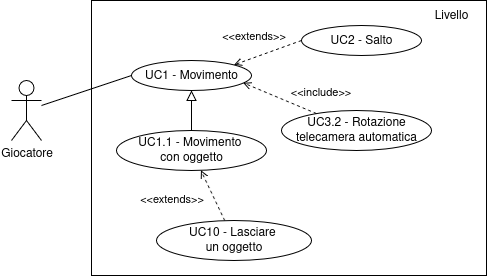
Earlier version of the draw.io export Documentazione/source/imgs/uc-movimento.png (fliposab/ProgettoStage). Source tidied: cells renumbered, new cells last; positions are measured from the earlier drawing's top-left corner, leaving out a move shared by most shapes.
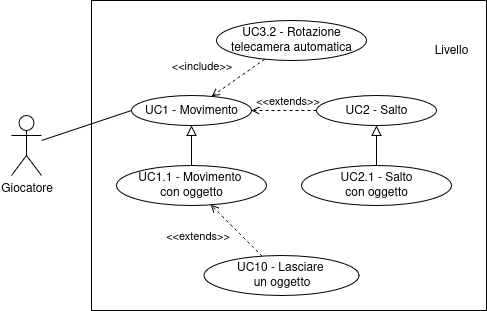
After the change.

What changed in the source:
```diff
@@ -3,7 +3,7 @@
     <mxCell id="0" />
     <mxCell id="1" parent="0" />
     <mxCell id="2" style="rounded=0;whiteSpace=wrap;html=1;gradientColor=none;" parent="1" vertex="1">
-      <mxGeometry x="80" width="395" height="275" as="geometry" />
+      <mxGeometry x="80" y="-35" width="395" height="310" as="geometry" />
     </mxCell>
     <mxCell id="3" style="rounded=0;jettySize=auto;html=1;entryX=0;entryY=0.5;entryDx=0;entryDy=0;endArrow=none;startFill=0;" parent="1" edge="1" source="4" target="5">
       <mxGeometry relative="1" as="geometry" />
@@ -24,25 +24,25 @@
       <mxGeometry x="105" y="130" width="150" height="40" as="geometry" />
     </mxCell>
     <mxCell id="9" value="&lt;div&gt;UC3.2 - Rotazione&lt;/div&gt;&lt;div&gt;telecamera automatica&lt;/div&gt;" style="ellipse;whiteSpace=wrap;html=1;" parent="1" vertex="1">
-      <mxGeometry x="270" y="110" width="150" height="40" as="geometry" />
+      <mxGeometry x="205" y="-15" width="150" height="40" as="geometry" />
     </mxCell>
-    <mxCell id="10" style="rounded=0;jettySize=auto;html=1;entryX=0.932;entryY=0.747;entryDx=0;entryDy=0;entryPerimeter=0;endArrow=open;endFill=0;dashed=1;" parent="1" edge="1" source="9" target="5">
+    <mxCell id="10" style="rounded=0;jettySize=auto;html=1;endArrow=open;endFill=0;dashed=1;" parent="1" edge="1" source="9" target="5">
       <mxGeometry relative="1" as="geometry" />
     </mxCell>
     <mxCell id="11" value="&amp;lt;&amp;lt;include&amp;gt;&amp;gt;" style="edgeLabel;html=1;align=center;verticalAlign=middle;labelBackgroundColor=none;" parent="10" vertex="1">
       <mxGeometry x="-0.32" y="1" relative="1" as="geometry">
-        <mxPoint x="29" y="-12" as="offset" />
+        <mxPoint x="-46" y="-7" as="offset" />
       </mxGeometry>
     </mxCell>
     <mxCell id="12" value="UC2 - Salto" style="ellipse;whiteSpace=wrap;html=1;" parent="1" vertex="1">
-      <mxGeometry x="290" y="25" width="120" height="30" as="geometry" />
+      <mxGeometry x="305" y="60" width="120" height="30" as="geometry" />
     </mxCell>
-    <mxCell id="13" style="rounded=0;jettySize=auto;html=1;entryX=1;entryY=0;entryDx=0;entryDy=0;endArrow=open;endFill=0;dashed=1;exitX=0;exitY=0.5;exitDx=0;exitDy=0;" parent="1" edge="1" source="12" target="5">
+    <mxCell id="13" style="rounded=0;jettySize=auto;html=1;endArrow=open;endFill=0;dashed=1;exitX=0;exitY=0.5;exitDx=0;exitDy=0;" parent="1" edge="1" source="12" target="5">
       <mxGeometry relative="1" as="geometry" />
     </mxCell>
     <mxCell id="14" value="&amp;lt;&amp;lt;extends&amp;gt;&amp;gt;" style="edgeLabel;html=1;align=center;verticalAlign=middle;labelBackgroundColor=none;" parent="13" vertex="1">
       <mxGeometry x="-0.32" y="1" relative="1" as="geometry">
-        <mxPoint x="-26" y="-14" as="offset" />
+        <mxPoint x="-8" y="-11" as="offset" />
       </mxGeometry>
     </mxCell>
     <mxCell id="15" style="rounded=0;jettySize=auto;html=1;dashed=1;endArrow=open;endFill=0;endSize=6;" parent="1" edge="1" source="17" target="8">
@@ -54,7 +54,13 @@
       </mxGeometry>
     </mxCell>
     <mxCell id="17" value="&lt;div&gt;UC10 - Lasciare&amp;nbsp;&lt;/div&gt;&lt;div&gt;un oggetto&lt;/div&gt;" style="ellipse;whiteSpace=wrap;html=1;" parent="1" vertex="1">
-      <mxGeometry x="145" y="220" width="155" height="40" as="geometry" />
+      <mxGeometry x="192.5" y="220" width="155" height="40" as="geometry" />
     </mxCell>
+    <mxCell id="18" style="edgeStyle=none;curved=1;rounded=0;jettySize=auto;html=1;fontSize=12;startSize=8;endSize=8;endArrow=block;endFill=0;" parent="1" edge="1" source="19" target="12">
+      <mxGeometry relative="1" as="geometry" />
+    </mxCell>
+    <mxCell id="19" value="&lt;div&gt;UC2.1 - Salto&lt;/div&gt;&lt;div&gt;con oggetto&lt;/div&gt;" style="ellipse;whiteSpace=wrap;html=1;" parent="1" vertex="1">
+      <mxGeometry x="290" y="130" width="150" height="40" as="geometry" />
+    </mxCell>
   </root>
 </mxGraphModel>
```
